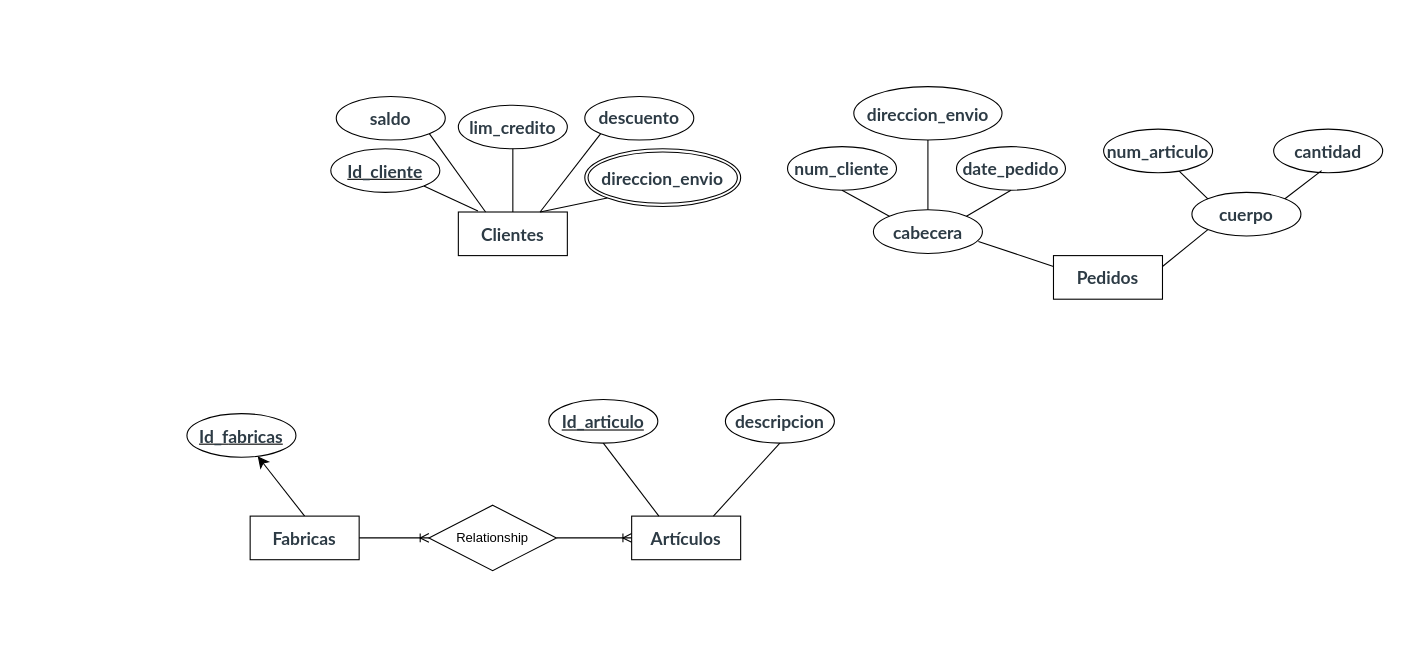
This is so8.drawio from ByronCOR/ESTRUDATOS, a draw.io file, before an edit. Source tidied: cells renumbered, new cells numbered last; positions are measured from the earlier drawing's top-left corner, leaving out a move shared by most shapes. Both pictures are drawn from the tidied source at 109%, with x=0, y=0 at pixel (186, 86).
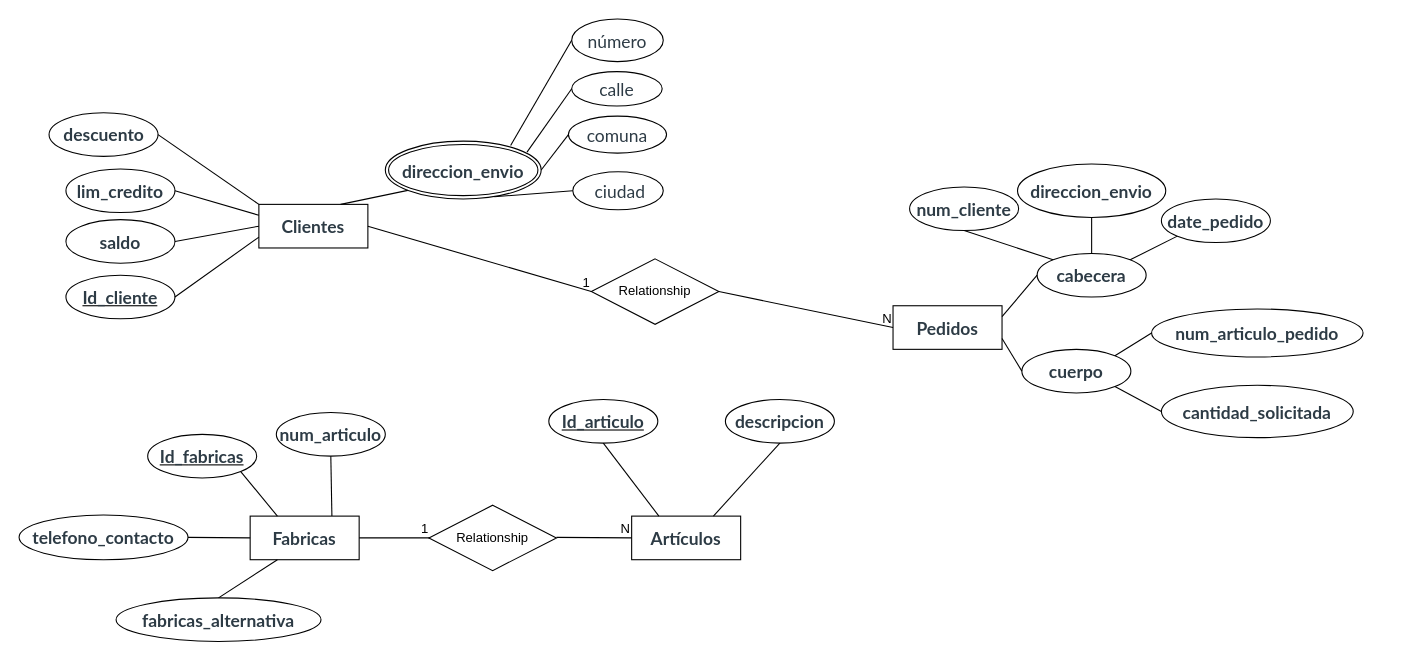
The same page after the edit.

The change refers to these unchanged cells:
```xml
<mxCell id="7" value="&lt;strong style=&quot;color: rgb(45, 59, 69); font-family: LatoWeb, &amp;quot;Lato Extended&amp;quot;, Lato, &amp;quot;Helvetica Neue&amp;quot;, Helvetica, Arial, sans-serif; font-size: 16px; text-align: left;&quot;&gt;Artículos&lt;/strong&gt;" style="whiteSpace=wrap;html=1;align=center;" parent="1" vertex="1">
  <mxGeometry x="408" y="394" width="100" height="40" as="geometry" />
</mxCell>
<mxCell id="10" value="&lt;div style=&quot;text-align: left;&quot;&gt;&lt;font face=&quot;LatoWeb, Lato Extended, Lato, Helvetica Neue, Helvetica, Arial, sans-serif&quot; color=&quot;#2d3b45&quot;&gt;&lt;span style=&quot;font-size: 16px;&quot;&gt;&lt;b&gt;Fabricas&lt;/b&gt;&lt;/span&gt;&lt;/font&gt;&lt;/div&gt;" style="whiteSpace=wrap;html=1;align=center;" parent="1" vertex="1">
  <mxGeometry x="58" y="394" width="100" height="40" as="geometry" />
</mxCell>
<mxCell id="12" value="Relationship" style="shape=rhombus;perimeter=rhombusPerimeter;whiteSpace=wrap;html=1;align=center;" parent="1" vertex="1">
  <mxGeometry x="222" y="384" width="117" height="60" as="geometry" />
</mxCell>
```

Change to the diagram source:
```diff
@@
     <mxCell id="2" value="&lt;strong style=&quot;color: rgb(45, 59, 69); font-family: LatoWeb, &amp;quot;Lato Extended&amp;quot;, Lato, &amp;quot;Helvetica Neue&amp;quot;, Helvetica, Arial, sans-serif; font-size: 16px; text-align: left;&quot;&gt;Clientes&lt;/strong&gt;" style="whiteSpace=wrap;html=1;align=center;" parent="1" vertex="1">
-      <mxGeometry x="249" y="115" width="100" height="40" as="geometry" />
+      <mxGeometry x="66" y="108" width="100" height="40" as="geometry" />
     </mxCell>
     <mxCell id="3" value="&lt;strong style=&quot;color: rgb(45, 59, 69); font-family: LatoWeb, &amp;quot;Lato Extended&amp;quot;, Lato, &amp;quot;Helvetica Neue&amp;quot;, Helvetica, Arial, sans-serif; font-size: 16px; text-align: left;&quot;&gt;direccion_envio&lt;/strong&gt;" style="ellipse;shape=doubleEllipse;margin=3;whiteSpace=wrap;html=1;align=center;" parent="1" vertex="1">
-      <mxGeometry x="365" y="57" width="143" height="53" as="geometry" />
+      <mxGeometry x="182" y="50" width="143" height="53" as="geometry" />
     </mxCell>
     <mxCell id="4" value="&lt;strong style=&quot;color: rgb(45, 59, 69); font-family: LatoWeb, &amp;quot;Lato Extended&amp;quot;, Lato, &amp;quot;Helvetica Neue&amp;quot;, Helvetica, Arial, sans-serif; font-size: 16px; text-align: left;&quot;&gt;saldo&lt;/strong&gt;" style="ellipse;whiteSpace=wrap;html=1;align=center;" parent="1" vertex="1">
-      <mxGeometry x="137" y="9" width="100" height="40" as="geometry" />
+      <mxGeometry x="-111" y="122" width="100" height="40" as="geometry" />
     </mxCell>
     <mxCell id="5" value="&lt;strong style=&quot;color: rgb(45, 59, 69); font-family: LatoWeb, &amp;quot;Lato Extended&amp;quot;, Lato, &amp;quot;Helvetica Neue&amp;quot;, Helvetica, Arial, sans-serif; font-size: 16px; text-align: left;&quot;&gt;lim_credito&lt;/strong&gt;" style="ellipse;whiteSpace=wrap;html=1;align=center;" parent="1" vertex="1">
-      <mxGeometry x="249" y="17" width="100" height="40" as="geometry" />
+      <mxGeometry x="-111" y="75.5" width="100" height="40" as="geometry" />
     </mxCell>
     <mxCell id="6" value="&lt;strong style=&quot;color: rgb(45, 59, 69); font-family: LatoWeb, &amp;quot;Lato Extended&amp;quot;, Lato, &amp;quot;Helvetica Neue&amp;quot;, Helvetica, Arial, sans-serif; font-size: 16px; text-align: left;&quot;&gt;Id_cliente&lt;/strong&gt;" style="ellipse;whiteSpace=wrap;html=1;align=center;fontStyle=4;" parent="1" vertex="1">
-      <mxGeometry x="132" y="57" width="100" height="40" as="geometry" />
+      <mxGeometry x="-111" y="173" width="100" height="40" as="geometry" />
     </mxCell>
@@
-    <mxCell id="9" style="edgeStyle=none;curved=1;rounded=0;jettySize=auto;html=1;exitX=0.5;exitY=0;exitDx=0;exitDy=0;fontSize=12;startSize=8;endSize=8;" parent="1" edge="1" source="10" target="11">
-      <mxGeometry relative="1" as="geometry" />
-    </mxCell>
@@
     <mxCell id="11" value="&lt;strong style=&quot;color: rgb(45, 59, 69); font-family: LatoWeb, &amp;quot;Lato Extended&amp;quot;, Lato, &amp;quot;Helvetica Neue&amp;quot;, Helvetica, Arial, sans-serif; font-size: 16px; text-align: left;&quot;&gt;Id_f&lt;/strong&gt;&lt;b style=&quot;color: rgb(45, 59, 69); font-family: LatoWeb, &amp;quot;Lato Extended&amp;quot;, Lato, &amp;quot;Helvetica Neue&amp;quot;, Helvetica, Arial, sans-serif; font-size: 16px; text-align: left;&quot;&gt;abricas&lt;/b&gt;" style="ellipse;whiteSpace=wrap;html=1;align=center;fontStyle=4;" parent="1" vertex="1">
-      <mxGeometry y="300" width="100" height="40" as="geometry" />
+      <mxGeometry x="-36" y="319" width="100" height="40" as="geometry" />
     </mxCell>
@@
     <mxCell id="14" value="&lt;strong style=&quot;color: rgb(45, 59, 69); font-family: LatoWeb, &amp;quot;Lato Extended&amp;quot;, Lato, &amp;quot;Helvetica Neue&amp;quot;, Helvetica, Arial, sans-serif; font-size: 16px; text-align: left;&quot;&gt;Pedidos&lt;/strong&gt;" style="whiteSpace=wrap;html=1;align=center;" parent="1" vertex="1">
-      <mxGeometry x="795" y="155" width="100" height="40" as="geometry" />
+      <mxGeometry x="647.8" y="201" width="100" height="40" as="geometry" />
     </mxCell>
     <mxCell id="15" value="&lt;div style=&quot;text-align: left;&quot;&gt;&lt;span style=&quot;background-color: initial; font-size: 16px;&quot;&gt;&lt;font face=&quot;LatoWeb, Lato Extended, Lato, Helvetica Neue, Helvetica, Arial, sans-serif&quot; color=&quot;#2d3b45&quot;&gt;&lt;b&gt;descuento&lt;/b&gt;&lt;/font&gt;&lt;/span&gt;&lt;/div&gt;" style="ellipse;whiteSpace=wrap;html=1;align=center;" parent="1" vertex="1">
-      <mxGeometry x="365" y="9" width="100" height="40" as="geometry" />
+      <mxGeometry x="-126.5" y="24" width="100" height="40" as="geometry" />
     </mxCell>
     <mxCell id="16" value="&lt;div style=&quot;text-align: left;&quot;&gt;&lt;font face=&quot;LatoWeb, Lato Extended, Lato, Helvetica Neue, Helvetica, Arial, sans-serif&quot; color=&quot;#2d3b45&quot;&gt;&lt;span style=&quot;font-size: 16px;&quot;&gt;&lt;b&gt;cabecera&lt;/b&gt;&lt;/span&gt;&lt;/font&gt;&lt;/div&gt;" style="ellipse;whiteSpace=wrap;html=1;align=center;" parent="1" vertex="1">
-      <mxGeometry x="629.8" y="113" width="100" height="40" as="geometry" />
+      <mxGeometry x="780" y="153" width="100" height="40" as="geometry" />
     </mxCell>
     <mxCell id="17" value="&lt;div style=&quot;text-align: left;&quot;&gt;&lt;strong style=&quot;color: rgb(45, 59, 69); font-family: LatoWeb, &amp;quot;Lato Extended&amp;quot;, Lato, &amp;quot;Helvetica Neue&amp;quot;, Helvetica, Arial, sans-serif; font-size: 16px;&quot;&gt;cuerpo&lt;/strong&gt;&lt;br&gt;&lt;/div&gt;" style="ellipse;whiteSpace=wrap;html=1;align=center;" parent="1" vertex="1">
-      <mxGeometry x="922" y="97" width="100" height="40" as="geometry" />
+      <mxGeometry x="766" y="241" width="100" height="40" as="geometry" />
     </mxCell>
-    <mxCell id="18" style="edgeStyle=entityRelationEdgeStyle;fontSize=12;html=1;endArrow=ERoneToMany;rounded=0;exitX=1;exitY=0.5;exitDx=0;exitDy=0;entryX=0;entryY=0.5;entryDx=0;entryDy=0;" parent="1" edge="1" source="10" target="12">
-      <mxGeometry relative="1" as="geometry">
-        <Array as="points">
-          <mxPoint x="190" y="416" />
-        </Array>
-      </mxGeometry>
-    </mxCell>
-    <mxCell id="19" style="endArrow=none;html=1;rounded=0;entryX=1;entryY=1;entryDx=0;entryDy=0;exitX=0.18;exitY=-0.025;exitDx=0;exitDy=0;exitPerimeter=0;" parent="1" edge="1" source="2" target="6">
+    <mxCell id="19" style="endArrow=none;html=1;rounded=0;entryX=1;entryY=0.5;entryDx=0;entryDy=0;exitX=0;exitY=0.75;exitDx=0;exitDy=0;" parent="1" edge="1" source="2" target="6">
       <mxGeometry relative="1" as="geometry" />
     </mxCell>
@@
-    <mxCell id="21" style="endArrow=none;html=1;rounded=0;entryX=1;entryY=1;entryDx=0;entryDy=0;exitX=0.25;exitY=0;exitDx=0;exitDy=0;" parent="1" edge="1" source="2" target="4">
-      <mxGeometry relative="1" as="geometry" />
+    <mxCell id="21" style="endArrow=none;html=1;rounded=0;exitX=0;exitY=0.5;exitDx=0;exitDy=0;" parent="1" edge="1" source="2">
+      <mxGeometry relative="1" as="geometry">
+        <mxPoint x="-11" y="142" as="targetPoint" />
+      </mxGeometry>
     </mxCell>
-    <mxCell id="22" style="endArrow=none;html=1;rounded=0;entryX=0.5;entryY=1;entryDx=0;entryDy=0;exitX=0.5;exitY=0;exitDx=0;exitDy=0;" parent="1" edge="1" source="2" target="5">
+    <mxCell id="22" style="endArrow=none;html=1;rounded=0;entryX=1;entryY=0.5;entryDx=0;entryDy=0;exitX=0;exitY=0.25;exitDx=0;exitDy=0;" parent="1" edge="1" source="2" target="5">
       <mxGeometry relative="1" as="geometry" />
     </mxCell>
-    <mxCell id="23" style="endArrow=none;html=1;rounded=0;exitX=0.75;exitY=0;exitDx=0;exitDy=0;entryX=0;entryY=1;entryDx=0;entryDy=0;" parent="1" edge="1" source="2" target="15">
+    <mxCell id="23" style="endArrow=none;html=1;rounded=0;exitX=0;exitY=0;exitDx=0;exitDy=0;entryX=1;entryY=0.5;entryDx=0;entryDy=0;" parent="1" edge="1" source="2" target="15">
       <mxGeometry relative="1" as="geometry" />
     </mxCell>
     <mxCell id="24" value="&lt;div style=&quot;text-align: left;&quot;&gt;&lt;font face=&quot;LatoWeb, Lato Extended, Lato, Helvetica Neue, Helvetica, Arial, sans-serif&quot; color=&quot;#2d3b45&quot;&gt;&lt;span style=&quot;font-size: 16px;&quot;&gt;&lt;b&gt;num_cliente&lt;/b&gt;&lt;/span&gt;&lt;/font&gt;&lt;/div&gt;" style="ellipse;whiteSpace=wrap;html=1;align=center;" parent="1" vertex="1">
-      <mxGeometry x="551" y="55" width="100" height="40" as="geometry" />
+      <mxGeometry x="663" y="92" width="100" height="40" as="geometry" />
     </mxCell>
     <mxCell id="25" value="&lt;div style=&quot;text-align: left;&quot;&gt;&lt;font face=&quot;LatoWeb, Lato Extended, Lato, Helvetica Neue, Helvetica, Arial, sans-serif&quot; color=&quot;#2d3b45&quot;&gt;&lt;span style=&quot;font-size: 16px;&quot;&gt;&lt;b&gt;date_pedido&lt;/b&gt;&lt;/span&gt;&lt;/font&gt;&lt;/div&gt;" style="ellipse;whiteSpace=wrap;html=1;align=center;" parent="1" vertex="1">
-      <mxGeometry x="706" y="55" width="100" height="40" as="geometry" />
+      <mxGeometry x="894" y="103" width="100" height="40" as="geometry" />
     </mxCell>
-    <mxCell id="26" value="&lt;div style=&quot;text-align: left;&quot;&gt;&lt;font face=&quot;LatoWeb, Lato Extended, Lato, Helvetica Neue, Helvetica, Arial, sans-serif&quot; color=&quot;#2d3b45&quot;&gt;&lt;span style=&quot;font-size: 16px;&quot;&gt;&lt;b&gt;num_articulo&lt;/b&gt;&lt;/span&gt;&lt;/font&gt;&lt;/div&gt;" style="ellipse;whiteSpace=wrap;html=1;align=center;" parent="1" vertex="1">
-      <mxGeometry x="841" y="39" width="100" height="40" as="geometry" />
+    <mxCell id="26" value="&lt;div style=&quot;text-align: left;&quot;&gt;&lt;font face=&quot;LatoWeb, Lato Extended, Lato, Helvetica Neue, Helvetica, Arial, sans-serif&quot; color=&quot;#2d3b45&quot;&gt;&lt;span style=&quot;font-size: 16px;&quot;&gt;&lt;b&gt;num_articulo_pedido&lt;/b&gt;&lt;/span&gt;&lt;/font&gt;&lt;/div&gt;" style="ellipse;whiteSpace=wrap;html=1;align=center;" parent="1" vertex="1">
+      <mxGeometry x="885" y="204" width="194" height="44" as="geometry" />
     </mxCell>
-    <mxCell id="27" value="&lt;div style=&quot;text-align: left;&quot;&gt;&lt;font face=&quot;LatoWeb, Lato Extended, Lato, Helvetica Neue, Helvetica, Arial, sans-serif&quot; color=&quot;#2d3b45&quot;&gt;&lt;span style=&quot;font-size: 16px;&quot;&gt;&lt;b&gt;cantidad&lt;/b&gt;&lt;/span&gt;&lt;/font&gt;&lt;/div&gt;" style="ellipse;whiteSpace=wrap;html=1;align=center;" parent="1" vertex="1">
-      <mxGeometry x="997" y="39" width="100" height="40" as="geometry" />
+    <mxCell id="27" value="&lt;div style=&quot;text-align: left;&quot;&gt;&lt;font face=&quot;LatoWeb, Lato Extended, Lato, Helvetica Neue, Helvetica, Arial, sans-serif&quot; color=&quot;#2d3b45&quot;&gt;&lt;span style=&quot;font-size: 16px;&quot;&gt;&lt;b&gt;cantidad_solicitada&lt;/b&gt;&lt;/span&gt;&lt;/font&gt;&lt;/div&gt;" style="ellipse;whiteSpace=wrap;html=1;align=center;" parent="1" vertex="1">
+      <mxGeometry x="894" y="274" width="176" height="48" as="geometry" />
     </mxCell>
@@
     <mxCell id="30" value="&lt;strong style=&quot;color: rgb(45, 59, 69); font-family: LatoWeb, &amp;quot;Lato Extended&amp;quot;, Lato, &amp;quot;Helvetica Neue&amp;quot;, Helvetica, Arial, sans-serif; font-size: 16px; text-align: left;&quot;&gt;direccion_envio&lt;/strong&gt;" style="ellipse;whiteSpace=wrap;html=1;align=center;" parent="1" vertex="1">
-      <mxGeometry x="611.8" width="136" height="49" as="geometry" />
+      <mxGeometry x="762" y="71" width="136" height="49" as="geometry" />
     </mxCell>
-    <mxCell id="31" style="endArrow=none;html=1;rounded=0;exitX=1;exitY=0;exitDx=0;exitDy=0;entryX=0.5;entryY=1;entryDx=0;entryDy=0;" parent="1" edge="1" source="16" target="25">
+    <mxCell id="31" style="endArrow=none;html=1;rounded=0;exitX=1;exitY=0;exitDx=0;exitDy=0;entryX=0;entryY=1;entryDx=0;entryDy=0;" parent="1" edge="1" source="16" target="25">
       <mxGeometry relative="1" as="geometry" />
     </mxCell>
-    <mxCell id="32" style="endArrow=none;html=1;rounded=0;exitX=0;exitY=0.25;exitDx=0;exitDy=0;entryX=0.963;entryY=0.725;entryDx=0;entryDy=0;entryPerimeter=0;" parent="1" edge="1" source="14" target="16">
+    <mxCell id="32" style="endArrow=none;html=1;rounded=0;exitX=1;exitY=0.25;exitDx=0;exitDy=0;entryX=0;entryY=0.5;entryDx=0;entryDy=0;" parent="1" edge="1" source="14" target="16">
       <mxGeometry relative="1" as="geometry" />
     </mxCell>
-    <mxCell id="33" style="endArrow=none;html=1;rounded=0;exitX=1;exitY=0.25;exitDx=0;exitDy=0;entryX=0;entryY=1;entryDx=0;entryDy=0;" parent="1" edge="1" source="14" target="17">
+    <mxCell id="33" style="endArrow=none;html=1;rounded=0;exitX=1;exitY=0.75;exitDx=0;exitDy=0;entryX=0;entryY=0.5;entryDx=0;entryDy=0;" parent="1" edge="1" source="14" target="17">
       <mxGeometry relative="1" as="geometry" />
     </mxCell>
-    <mxCell id="34" style="endArrow=none;html=1;rounded=0;exitX=0;exitY=0;exitDx=0;exitDy=0;" parent="1" edge="1" source="17" target="26">
+    <mxCell id="34" style="endArrow=none;html=1;rounded=0;exitX=1;exitY=0;exitDx=0;exitDy=0;entryX=0;entryY=0.5;entryDx=0;entryDy=0;" parent="1" edge="1" source="17" target="26">
       <mxGeometry relative="1" as="geometry" />
     </mxCell>
-    <mxCell id="35" style="endArrow=none;html=1;rounded=0;exitX=1;exitY=0;exitDx=0;exitDy=0;entryX=0.44;entryY=0.95;entryDx=0;entryDy=0;entryPerimeter=0;" parent="1" edge="1" source="17" target="27">
+    <mxCell id="35" style="endArrow=none;html=1;rounded=0;exitX=1;exitY=1;exitDx=0;exitDy=0;entryX=0;entryY=0.5;entryDx=0;entryDy=0;" parent="1" edge="1" source="17" target="27">
       <mxGeometry relative="1" as="geometry" />
     </mxCell>
-    <mxCell id="36" style="edgeStyle=entityRelationEdgeStyle;fontSize=12;html=1;endArrow=ERoneToMany;rounded=0;exitX=1;exitY=0.5;exitDx=0;exitDy=0;entryX=0;entryY=0.5;entryDx=0;entryDy=0;" parent="1" edge="1" source="12" target="7">
-      <mxGeometry relative="1" as="geometry" />
-    </mxCell>
@@
+    <mxCell id="39" value="&lt;span style=&quot;color: rgb(45, 59, 69); font-family: LatoWeb, &amp;quot;Lato Extended&amp;quot;, Lato, &amp;quot;Helvetica Neue&amp;quot;, Helvetica, Arial, sans-serif; font-size: 16px; text-align: left;&quot;&gt;número&lt;/span&gt;" style="ellipse;whiteSpace=wrap;html=1;align=center;" parent="1" vertex="1">
+      <mxGeometry x="353" y="-62" width="84" height="39" as="geometry" />
+    </mxCell>
+    <mxCell id="40" value="&lt;span style=&quot;color: rgb(45, 59, 69); font-family: LatoWeb, &amp;quot;Lato Extended&amp;quot;, Lato, &amp;quot;Helvetica Neue&amp;quot;, Helvetica, Arial, sans-serif; font-size: 16px; text-align: left;&quot;&gt;calle&lt;/span&gt;" style="ellipse;whiteSpace=wrap;html=1;align=center;" parent="1" vertex="1">
+      <mxGeometry x="353" y="-13.8" width="83" height="31.5" as="geometry" />
+    </mxCell>
+    <mxCell id="41" value="&lt;span style=&quot;color: rgb(45, 59, 69); font-family: LatoWeb, &amp;quot;Lato Extended&amp;quot;, Lato, &amp;quot;Helvetica Neue&amp;quot;, Helvetica, Arial, sans-serif; font-size: 16px; text-align: left;&quot;&gt;&amp;nbsp;comuna&amp;nbsp;&lt;/span&gt;" style="ellipse;whiteSpace=wrap;html=1;align=center;" parent="1" vertex="1">
+      <mxGeometry x="350" y="27" width="90" height="34" as="geometry" />
+    </mxCell>
+    <mxCell id="42" value="&lt;span style=&quot;color: rgb(45, 59, 69); font-family: LatoWeb, &amp;quot;Lato Extended&amp;quot;, Lato, &amp;quot;Helvetica Neue&amp;quot;, Helvetica, Arial, sans-serif; font-size: 16px; text-align: left;&quot;&gt;&amp;nbsp;ciudad&lt;/span&gt;" style="ellipse;whiteSpace=wrap;html=1;align=center;" parent="1" vertex="1">
+      <mxGeometry x="354" y="78" width="83" height="35" as="geometry" />
+    </mxCell>
+    <mxCell id="43" style="endArrow=none;html=1;rounded=0;exitX=0.804;exitY=0.075;exitDx=0;exitDy=0;exitPerimeter=0;entryX=0;entryY=0.5;entryDx=0;entryDy=0;" parent="1" edge="1" source="3" target="39">
+      <mxGeometry relative="1" as="geometry" />
+    </mxCell>
+    <mxCell id="44" style="endArrow=none;html=1;rounded=0;exitX=0.909;exitY=0.189;exitDx=0;exitDy=0;exitPerimeter=0;entryX=0;entryY=0.5;entryDx=0;entryDy=0;" parent="1" edge="1" source="3" target="40">
+      <mxGeometry relative="1" as="geometry" />
+    </mxCell>
+    <mxCell id="45" style="endArrow=none;html=1;rounded=0;exitX=0.699;exitY=0.962;exitDx=0;exitDy=0;exitPerimeter=0;entryX=0;entryY=0.5;entryDx=0;entryDy=0;" parent="1" edge="1" source="3" target="42">
+      <mxGeometry relative="1" as="geometry" />
+    </mxCell>
+    <mxCell id="46" style="endArrow=none;html=1;rounded=0;exitX=1;exitY=0.5;exitDx=0;exitDy=0;entryX=0;entryY=0.5;entryDx=0;entryDy=0;" parent="1" edge="1" source="3" target="41">
+      <mxGeometry relative="1" as="geometry" />
+    </mxCell>
+    <mxCell id="47" value="&lt;div style=&quot;text-align: left;&quot;&gt;&lt;span style=&quot;background-color: initial; font-size: 16px;&quot;&gt;&lt;font face=&quot;LatoWeb, Lato Extended, Lato, Helvetica Neue, Helvetica, Arial, sans-serif&quot; color=&quot;#2d3b45&quot;&gt;&lt;b&gt;telefono_contacto&lt;/b&gt;&lt;/font&gt;&lt;/span&gt;&lt;/div&gt;" style="ellipse;whiteSpace=wrap;html=1;align=center;" parent="1" vertex="1">
+      <mxGeometry x="-154" y="393" width="155" height="41" as="geometry" />
+    </mxCell>
+    <mxCell id="48" value="&lt;div style=&quot;text-align: left;&quot;&gt;&lt;font face=&quot;LatoWeb, Lato Extended, Lato, Helvetica Neue, Helvetica, Arial, sans-serif&quot; color=&quot;#2d3b45&quot;&gt;&lt;span style=&quot;font-size: 16px;&quot;&gt;&lt;b&gt;num_articulo&lt;/b&gt;&lt;/span&gt;&lt;/font&gt;&lt;/div&gt;" style="ellipse;whiteSpace=wrap;html=1;align=center;" parent="1" vertex="1">
+      <mxGeometry x="82" y="299" width="100" height="40" as="geometry" />
+    </mxCell>
+    <mxCell id="49" value="&lt;div style=&quot;text-align: left;&quot;&gt;&lt;font face=&quot;LatoWeb, Lato Extended, Lato, Helvetica Neue, Helvetica, Arial, sans-serif&quot; color=&quot;#2d3b45&quot;&gt;&lt;span style=&quot;font-size: 16px;&quot;&gt;&lt;b&gt;fabricas_alternativa&lt;/b&gt;&lt;/span&gt;&lt;/font&gt;&lt;/div&gt;" style="ellipse;whiteSpace=wrap;html=1;align=center;" parent="1" vertex="1">
+      <mxGeometry x="-65" y="469" width="188" height="40" as="geometry" />
+    </mxCell>
+    <mxCell id="50" style="endArrow=none;html=1;rounded=0;exitX=1;exitY=0.5;exitDx=0;exitDy=0;" parent="1" edge="1" source="10">
+      <mxGeometry relative="1" as="geometry">
+        <mxPoint x="223" y="414" as="targetPoint" />
+      </mxGeometry>
+    </mxCell>
+    <mxCell id="51" value="1" style="html=1;whiteSpace=wrap;align=right;verticalAlign=bottom;" parent="50" vertex="1">
+      <mxGeometry x="1" relative="1" as="geometry" />
+    </mxCell>
+    <mxCell id="52" style="endArrow=none;html=1;rounded=0;entryX=0;entryY=0.5;entryDx=0;entryDy=0;" parent="1" edge="1" target="7">
+      <mxGeometry relative="1" as="geometry">
+        <mxPoint x="339" y="413.5" as="sourcePoint" />
+      </mxGeometry>
+    </mxCell>
+    <mxCell id="53" value="N" style="html=1;whiteSpace=wrap;align=right;verticalAlign=bottom;" parent="52" vertex="1">
+      <mxGeometry x="1" relative="1" as="geometry" />
+    </mxCell>
+    <mxCell id="54" style="endArrow=none;html=1;rounded=0;entryX=0.5;entryY=1;entryDx=0;entryDy=0;exitX=0.75;exitY=0;exitDx=0;exitDy=0;" parent="1" edge="1" source="10" target="48">
+      <mxGeometry relative="1" as="geometry" />
+    </mxCell>
+    <mxCell id="9" style="endArrow=none;html=1;rounded=0;exitX=0.25;exitY=0;exitDx=0;exitDy=0;entryX=1;entryY=1;entryDx=0;entryDy=0;" parent="1" edge="1" source="10" target="11">
+      <mxGeometry relative="1" as="geometry" />
+    </mxCell>
+    <mxCell id="55" style="endArrow=none;html=1;rounded=0;exitX=0;exitY=0.5;exitDx=0;exitDy=0;entryX=1;entryY=0.5;entryDx=0;entryDy=0;" parent="1" edge="1" source="10" target="47">
+      <mxGeometry relative="1" as="geometry" />
+    </mxCell>
+    <mxCell id="56" style="endArrow=none;html=1;rounded=0;exitX=0.25;exitY=1;exitDx=0;exitDy=0;entryX=0.5;entryY=0;entryDx=0;entryDy=0;" parent="1" edge="1" source="10" target="49">
+      <mxGeometry relative="1" as="geometry" />
+    </mxCell>
+    <mxCell id="57" value="Relationship" style="shape=rhombus;perimeter=rhombusPerimeter;whiteSpace=wrap;html=1;align=center;" parent="1" vertex="1">
+      <mxGeometry x="371" y="158" width="117" height="60" as="geometry" />
+    </mxCell>
+    <mxCell id="58" style="endArrow=none;html=1;rounded=0;exitX=1;exitY=0.5;exitDx=0;exitDy=0;entryX=0;entryY=0.5;entryDx=0;entryDy=0;" parent="1" edge="1" source="2" target="57">
+      <mxGeometry relative="1" as="geometry" />
+    </mxCell>
+    <mxCell id="59" value="1" style="html=1;whiteSpace=wrap;align=right;verticalAlign=bottom;" parent="58" vertex="1">
+      <mxGeometry x="1" relative="1" as="geometry" />
+    </mxCell>
+    <mxCell id="60" style="endArrow=none;html=1;rounded=0;exitX=1;exitY=0.5;exitDx=0;exitDy=0;entryX=0;entryY=0.5;entryDx=0;entryDy=0;" parent="1" edge="1" source="57" target="14">
+      <mxGeometry relative="1" as="geometry" />
+    </mxCell>
+    <mxCell id="61" value="N" style="html=1;whiteSpace=wrap;align=right;verticalAlign=bottom;" parent="60" vertex="1">
+      <mxGeometry x="1" relative="1" as="geometry" />
+    </mxCell>
```
